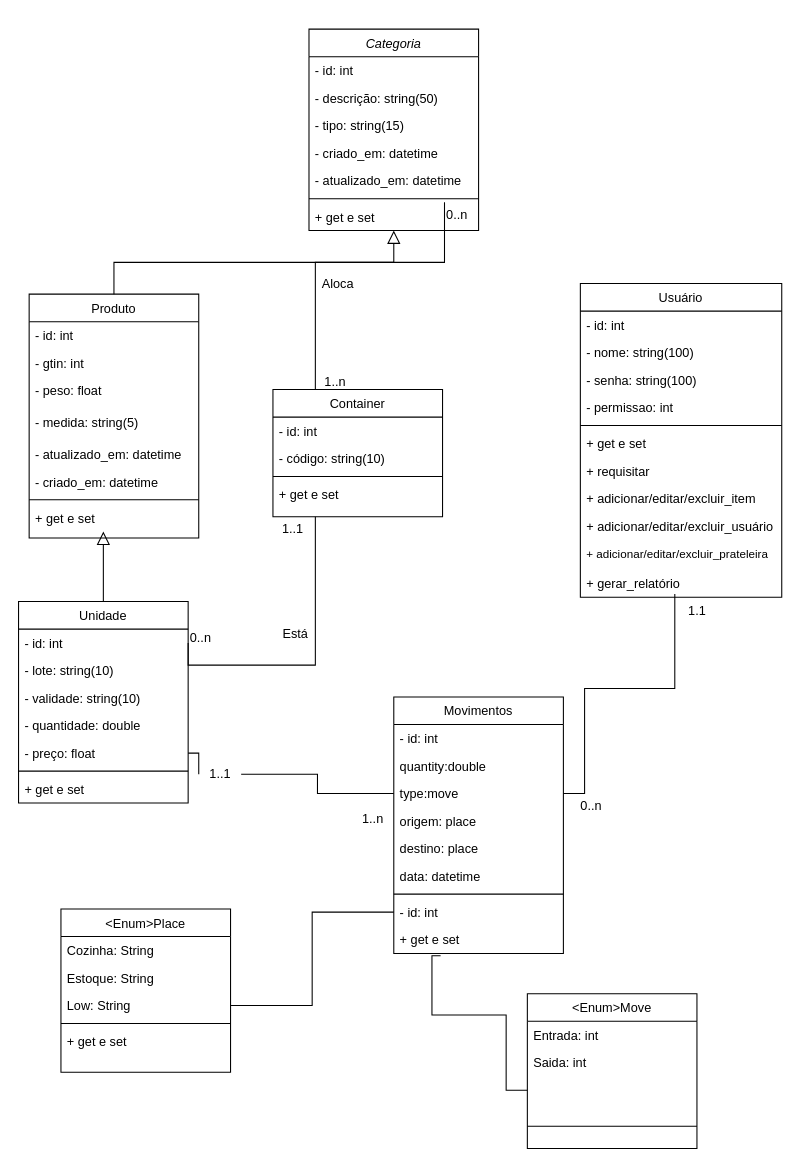
Above: docs/Classes.drawio in KaiqueAMesquita/Estoque-S-o-Vicente (draw.io), before the change. Source tidied: cells renumbered, new cells numbered last; positions are measured from the earlier drawing's top-left corner, leaving out a move shared by most shapes. Both pictures are drawn from the tidied source at 106%, with x=0, y=0 at pixel (18, 29).
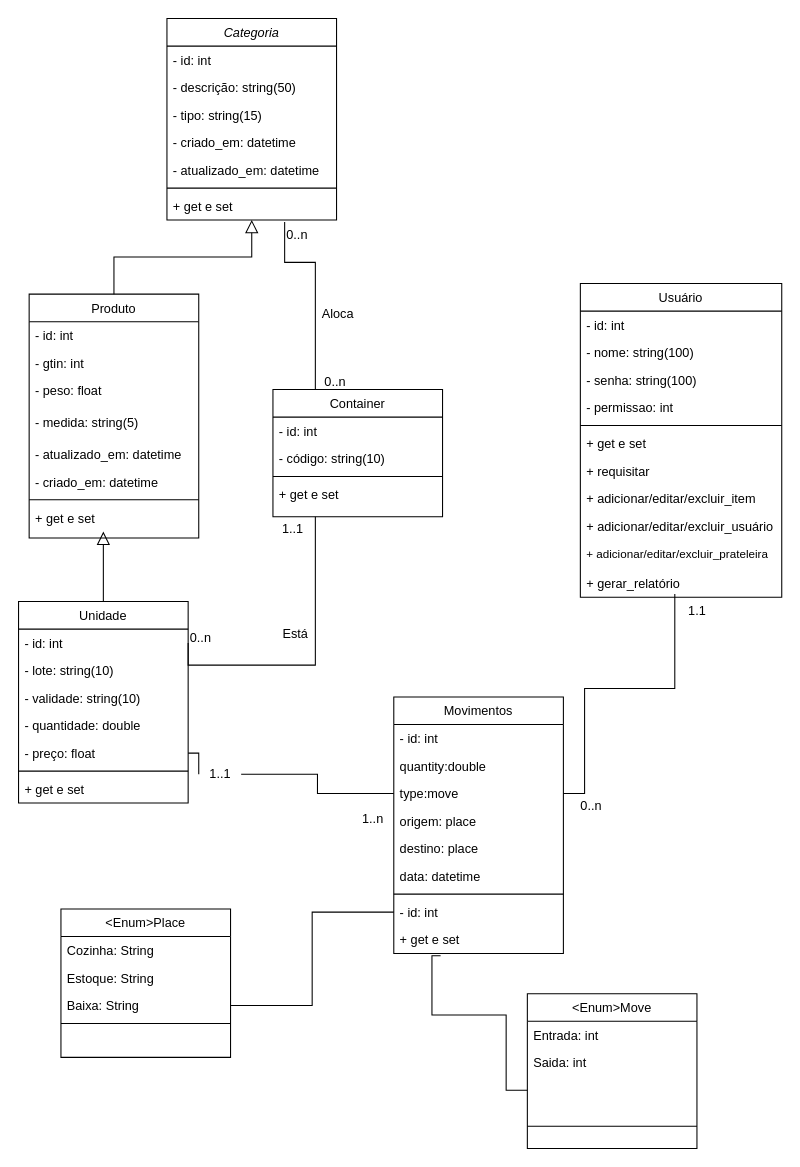
After the change.

Commit message:
update-class diagram

class diagram updated

Kaique/Lucas

Unchanged cells that the change refers to:
```xml
<mxCell id="9" value="+ get e set" style="text;align=left;verticalAlign=top;spacingLeft=4;spacingRight=4;overflow=hidden;points=[[0,0.5],[1,0.5]];portConstraint=eastwest;" parent="2" vertex="1">
  <mxGeometry y="164" width="160" height="26" as="geometry" />
</mxCell>
<mxCell id="41" value="Container" style="swimlane;fontStyle=0;align=center;verticalAlign=top;horizontal=1;startSize=26;rounded=0;shadow=0;strokeWidth=1;" parent="1" vertex="1">
  <mxGeometry x="240" y="340" width="160" height="120" as="geometry" />
</mxCell>
```

The edit, as a diff of the source:
```diff
@@
     <mxCell id="2" value="Categoria" style="swimlane;fontStyle=2;align=center;verticalAlign=top;horizontal=1;startSize=26;rounded=0;shadow=0;strokeWidth=1;" parent="1" vertex="1">
-      <mxGeometry x="274" width="160" height="190" as="geometry" />
+      <mxGeometry x="140" y="-10" width="160" height="190" as="geometry" />
     </mxCell>
@@
-    <mxCell id="50" style="endArrow=none;shadow=0;strokeWidth=1;rounded=0;curved=0;endFill=0;edgeStyle=elbowEdgeStyle;elbow=vertical;entryX=0.25;entryY=0;entryDx=0;entryDy=0;exitX=0.799;exitY=-0.03;exitDx=0;exitDy=0;exitPerimeter=0;" parent="1" edge="1" source="9" target="41">
+    <mxCell id="50" style="endArrow=none;shadow=0;strokeWidth=1;rounded=0;curved=0;endFill=0;edgeStyle=elbowEdgeStyle;elbow=vertical;entryX=0.25;entryY=0;entryDx=0;entryDy=0;exitX=0.694;exitY=1.077;exitDx=0;exitDy=0;exitPerimeter=0;" parent="1" edge="1" source="9" target="41">
       <mxGeometry x="0.5" y="41" relative="1" as="geometry">
         <Array as="points">
           <mxPoint x="320" y="220" />
         </Array>
         <mxPoint x="-40" y="32" as="offset" />
       </mxGeometry>
     </mxCell>
@@
-    <mxCell id="52" value="1..n" style="align=right;verticalAlign=bottom;labelBackgroundColor=none;fontSize=12;" parent="50" vertex="1">
+    <mxCell id="52" value="0..n" style="align=right;verticalAlign=bottom;labelBackgroundColor=none;fontSize=12;" parent="50" vertex="1">
       <mxGeometry x="1" relative="1" as="geometry">
         <mxPoint x="30" y="1" as="offset" />
       </mxGeometry>
     </mxCell>
@@
     <mxCell id="76" value="&lt;Enum&gt;Place" style="swimlane;fontStyle=0;align=center;verticalAlign=top;horizontal=1;startSize=26;rounded=0;shadow=0;strokeWidth=1;" parent="1" vertex="1">
-      <mxGeometry x="40" y="830" width="160" height="154" as="geometry" />
+      <mxGeometry x="40" y="830" width="160" height="140" as="geometry" />
     </mxCell>
@@
-    <mxCell id="79" value="Low: String" style="text;align=left;verticalAlign=top;spacingLeft=4;spacingRight=4;overflow=hidden;points=[[0,0.5],[1,0.5]];portConstraint=eastwest;" parent="76" vertex="1">
+    <mxCell id="79" value="Baixa: String" style="text;align=left;verticalAlign=top;spacingLeft=4;spacingRight=4;overflow=hidden;points=[[0,0.5],[1,0.5]];portConstraint=eastwest;" parent="76" vertex="1">
       <mxGeometry y="78" width="160" height="26" as="geometry" />
     </mxCell>
@@
-    <mxCell id="81" value="+ get e set" style="text;align=left;verticalAlign=top;spacingLeft=4;spacingRight=4;overflow=hidden;" parent="76" vertex="1">
-      <mxGeometry y="112" width="160" height="26" as="geometry" />
-    </mxCell>
```
